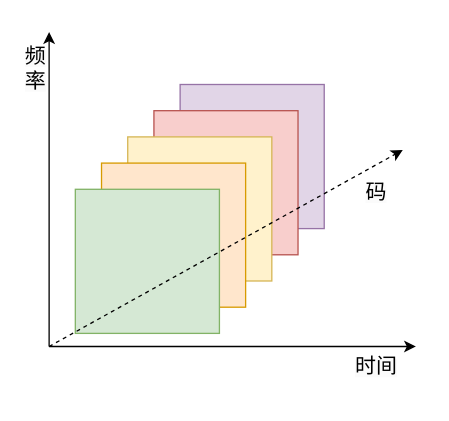
This is CDMA.drawio from xiaotudoudoudoud/pipilu, a draw.io file, before an edit. Source tidied: cells renumbered, new cells numbered last; positions are measured from the earlier drawing's top-left corner, leaving out a move shared by most shapes. Both pictures are drawn from the tidied source at 131%, with x=0, y=0 at pixel (22, 31).
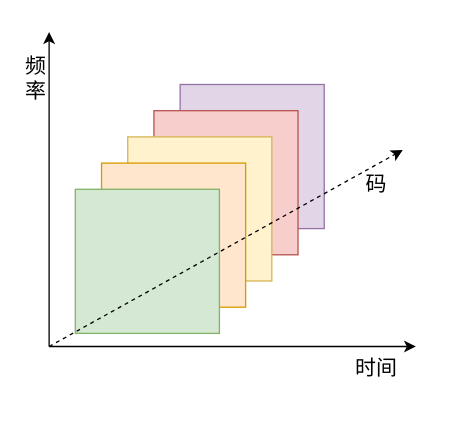
After the change.

Change to the diagram source:
```diff
@@
 <mxGraphModel>
   <root>
     <mxCell id="0" />
     <mxCell id="1" parent="0" />
     <mxCell id="2" style="endArrow=classic;html=1;rounded=0;" parent="1" edge="1">
       <mxGeometry relative="1" as="geometry">
         <mxPoint x="20" y="240" as="sourcePoint" />
         <mxPoint x="300" y="240" as="targetPoint" />
       </mxGeometry>
     </mxCell>
     <mxCell id="3" style="endArrow=classic;html=1;rounded=0;" parent="1" edge="1">
       <mxGeometry relative="1" as="geometry">
         <mxPoint x="20" y="240" as="sourcePoint" />
         <mxPoint x="20" as="targetPoint" />
       </mxGeometry>
     </mxCell>
     <mxCell id="4" style="whiteSpace=wrap;html=1;fillColor=#e1d5e7;strokeColor=#9673a6;" parent="1" vertex="1">
       <mxGeometry x="120" y="40" width="110" height="110" as="geometry" />
     </mxCell>
     <mxCell id="5" style="whiteSpace=wrap;html=1;fillColor=#f8cecc;strokeColor=#b85450;" parent="1" vertex="1">
       <mxGeometry x="100" y="60" width="110" height="110" as="geometry" />
     </mxCell>
     <mxCell id="6" style="whiteSpace=wrap;html=1;fillColor=#fff2cc;strokeColor=#d6b656;" parent="1" vertex="1">
       <mxGeometry x="80" y="80" width="110" height="110" as="geometry" />
     </mxCell>
     <mxCell id="7" style="whiteSpace=wrap;html=1;fillColor=#ffe6cc;strokeColor=#d79b00;" parent="1" vertex="1">
       <mxGeometry x="60" y="100" width="110" height="110" as="geometry" />
     </mxCell>
     <mxCell id="8" style="whiteSpace=wrap;html=1;fillColor=#d5e8d4;strokeColor=#82b366;" parent="1" vertex="1">
       <mxGeometry x="40" y="120" width="110" height="110" as="geometry" />
     </mxCell>
     <mxCell id="9" style="endArrow=classic;html=1;rounded=0;dashed=1;" parent="1" edge="1">
       <mxGeometry relative="1" as="geometry">
         <mxPoint x="20" y="240" as="sourcePoint" />
         <mxPoint x="290" y="90" as="targetPoint" />
       </mxGeometry>
     </mxCell>
-    <mxCell id="10" value="&lt;br&gt;&lt;span style=&quot;color: rgb(0, 0, 0); font-family: 宋体; background-color: rgb(251, 251, 251); float: none; display: inline !important;&quot;&gt;&lt;font style=&quot;font-size: 16px;&quot;&gt;时间&lt;/font&gt;&lt;/span&gt;&lt;div&gt;&lt;br&gt;&lt;/div&gt;" style="text;html=1;align=center;verticalAlign=middle;whiteSpace=wrap;rounded=0;" parent="1" vertex="1">
+    <mxCell id="10" value="时间" style="text;align=center;verticalAlign=middle;rounded=0;fontFamily=宋体;fontSize=16;" parent="1" vertex="1">
       <mxGeometry x="240" y="240" width="60" height="30" as="geometry" />
     </mxCell>
-    <mxCell id="11" value="&lt;span style=&quot;color: rgb(0, 0, 0); font-family: 宋体; font-style: normal; font-variant-ligatures: normal; font-variant-caps: normal; font-weight: 400; letter-spacing: normal; orphans: 2; text-align: center; text-indent: 0px; text-transform: none; widows: 2; word-spacing: 0px; -webkit-text-stroke-width: 0px; white-space: normal; background-color: rgb(251, 251, 251); text-decoration-thickness: initial; text-decoration-style: initial; text-decoration-color: initial; float: none; display: inline !important;&quot;&gt;&lt;font style=&quot;font-size: 16px;&quot;&gt;频率&lt;/font&gt;&lt;/span&gt;&lt;div&gt;&lt;br&gt;&lt;/div&gt;" style="text;html=1;align=center;verticalAlign=middle;whiteSpace=wrap;rounded=0;" parent="1" vertex="1">
-      <mxGeometry y="20" width="20" height="30" as="geometry" />
-    </mxCell>
-    <mxCell id="12" value="&lt;br&gt;&lt;span style=&quot;color: rgb(0, 0, 0); font-family: 宋体; background-color: rgb(251, 251, 251); float: none; display: inline !important;&quot;&gt;&lt;font style=&quot;font-size: 16px;&quot;&gt;码&lt;/font&gt;&lt;/span&gt;" style="text;html=1;align=center;verticalAlign=middle;whiteSpace=wrap;rounded=0;" parent="1" vertex="1">
+    <mxCell id="12" value="码" style="text;align=center;verticalAlign=middle;rounded=0;fontFamily=宋体;fontSize=16;" parent="1" vertex="1">
       <mxGeometry x="255" y="100" width="30" height="30" as="geometry" />
     </mxCell>
+    <mxCell id="13" value="频&#10;率" style="text;fontFamily=宋体;fontSize=16;" parent="1" vertex="1">
+      <mxGeometry y="10" width="20" height="50" as="geometry" />
+    </mxCell>
   </root>
 </mxGraphModel>
```
